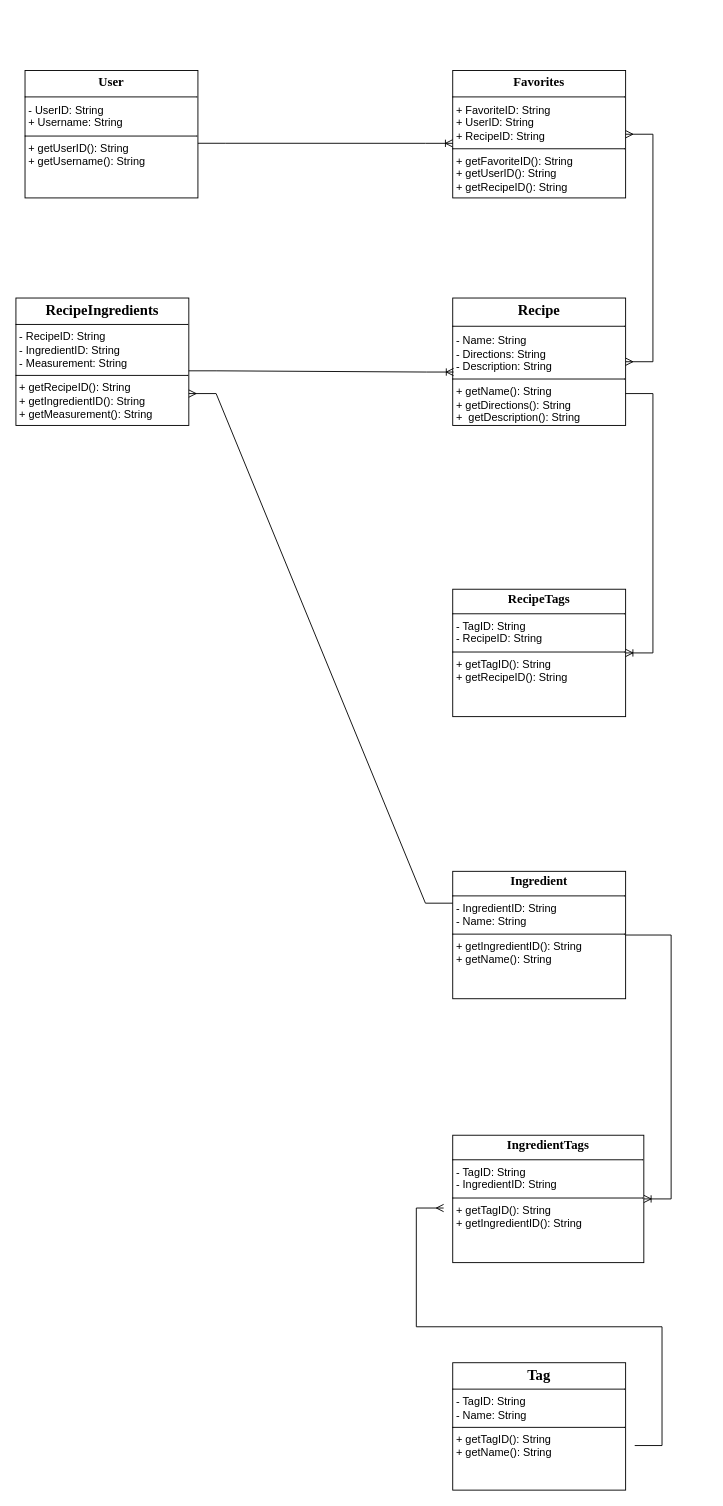
Before: Copy of Project A2.drawio in Rhimeth/COSC-612-Project, a draw.io diagram. Source tidied: cells renumbered, new cells numbered last; positions are measured from the earlier drawing's top-left corner, leaving out a move shared by most shapes. Both pictures are drawn from the tidied source at 91%, with x=0, y=0 at pixel (15, 70).
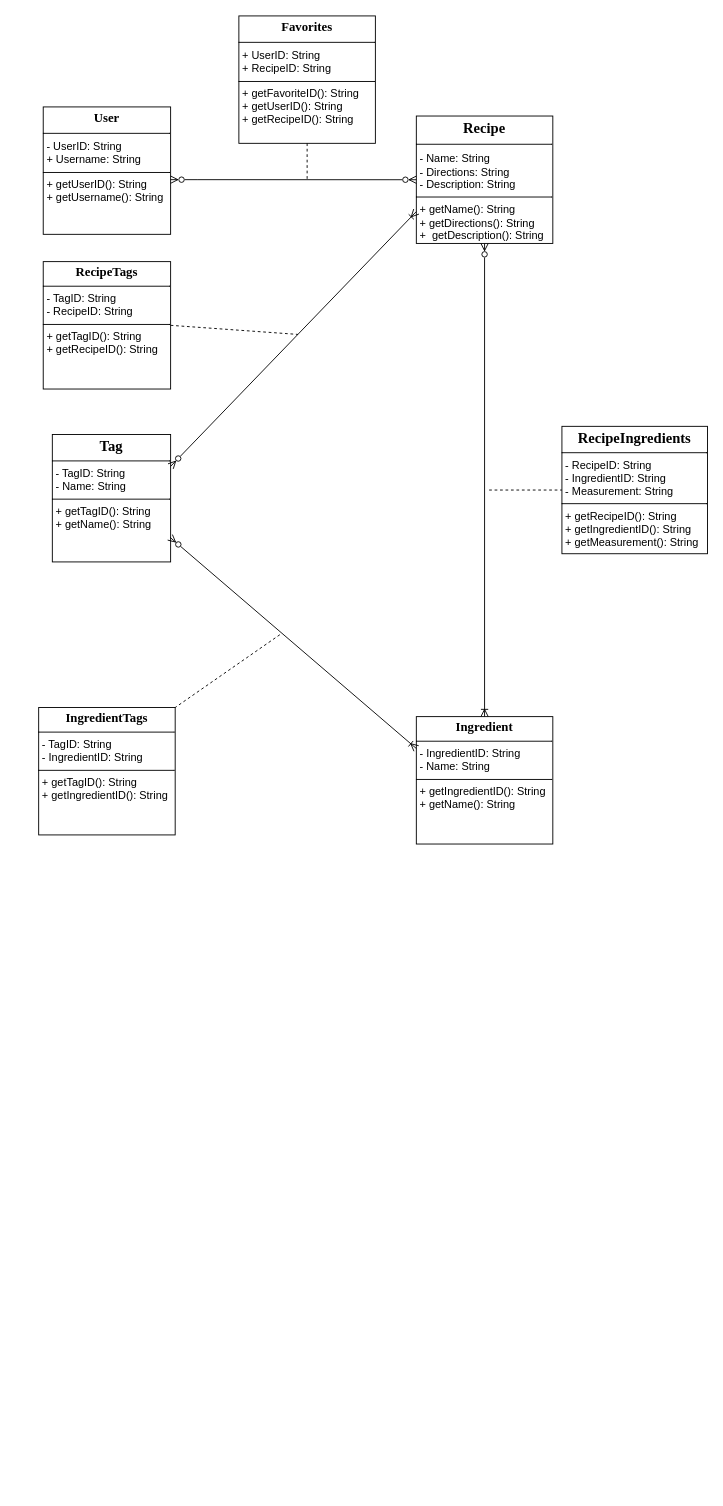
The same page after the edit.

Commit message:
Updated - still working

Diff of the diagram source:
```diff
@@
     <mxCell id="2" value="&lt;p style=&quot;margin: 4px 0px 0px; text-align: center; font-size: 14px;&quot;&gt;&lt;font style=&quot;font-size: 14px;&quot;&gt;&lt;font style=&quot;font-size: 14px;&quot; face=&quot;Times New Roman&quot;&gt;&lt;b style=&quot;&quot;&gt;User&lt;/b&gt;&lt;/font&gt;&lt;br&gt;&lt;/font&gt;&lt;/p&gt;&lt;hr size=&quot;1&quot; style=&quot;border-style: solid; font-size: 14px;&quot;&gt;&lt;p style=&quot;margin:0px;margin-left:4px;&quot;&gt;- UserID: String&lt;br&gt;+&amp;nbsp;Username: String&lt;/p&gt;&lt;hr size=&quot;1&quot; style=&quot;border-style:solid;&quot;&gt;&lt;p style=&quot;margin:0px;margin-left:4px;&quot;&gt;+ getUserID(): String&lt;br&gt;+ getUsername(): String&lt;/p&gt;" style="verticalAlign=top;align=left;overflow=fill;html=1;whiteSpace=wrap;" parent="1" vertex="1">
-      <mxGeometry x="10" width="190" height="140" as="geometry" />
+      <mxGeometry x="30" y="40" width="140" height="140" as="geometry" />
     </mxCell>
-    <mxCell id="3" value="&lt;p style=&quot;margin: 4px 0px 0px; text-align: center; font-size: 14px;&quot;&gt;&lt;font style=&quot;font-size: 14px;&quot;&gt;&lt;b style=&quot;&quot;&gt;&lt;font style=&quot;font-size: 14px;&quot; face=&quot;Times New Roman&quot;&gt;Favorites&lt;/font&gt;&lt;/b&gt;&lt;br&gt;&lt;/font&gt;&lt;/p&gt;&lt;hr size=&quot;1&quot; style=&quot;border-style: solid; font-size: 14px;&quot;&gt;&lt;p style=&quot;margin:0px;margin-left:4px;&quot;&gt;+ FavoriteID: String&amp;nbsp;&lt;/p&gt;&lt;p style=&quot;margin:0px;margin-left:4px;&quot;&gt;+ UserID: String&lt;/p&gt;&lt;p style=&quot;margin:0px;margin-left:4px;&quot;&gt;+&amp;nbsp;RecipeID: String&lt;/p&gt;&lt;hr size=&quot;1&quot; style=&quot;border-style:solid;&quot;&gt;&lt;p style=&quot;margin:0px;margin-left:4px;&quot;&gt;+ getFavoriteID(): String&lt;br&gt;+ getUserID(): String&lt;/p&gt;&lt;p style=&quot;margin:0px;margin-left:4px;&quot;&gt;+&amp;nbsp;getRecipeID(): String&lt;/p&gt;" style="verticalAlign=top;align=left;overflow=fill;html=1;whiteSpace=wrap;" parent="1" vertex="1">
-      <mxGeometry x="480" width="190" height="140" as="geometry" />
+    <mxCell id="3" value="&lt;p style=&quot;margin: 4px 0px 0px; text-align: center; font-size: 14px;&quot;&gt;&lt;font style=&quot;font-size: 14px;&quot;&gt;&lt;b style=&quot;&quot;&gt;&lt;font style=&quot;font-size: 14px;&quot; face=&quot;Times New Roman&quot;&gt;Favorites&lt;/font&gt;&lt;/b&gt;&lt;br&gt;&lt;/font&gt;&lt;/p&gt;&lt;hr size=&quot;1&quot; style=&quot;border-style: solid; font-size: 14px;&quot;&gt;&lt;p style=&quot;margin:0px;margin-left:4px;&quot;&gt;&lt;span style=&quot;background-color: initial;&quot;&gt;+ UserID: String&lt;/span&gt;&lt;br&gt;&lt;/p&gt;&lt;p style=&quot;margin:0px;margin-left:4px;&quot;&gt;+&amp;nbsp;RecipeID: String&lt;/p&gt;&lt;hr size=&quot;1&quot; style=&quot;border-style:solid;&quot;&gt;&lt;p style=&quot;margin:0px;margin-left:4px;&quot;&gt;+ getFavoriteID(): String&lt;br&gt;+ getUserID(): String&lt;/p&gt;&lt;p style=&quot;margin:0px;margin-left:4px;&quot;&gt;+&amp;nbsp;getRecipeID(): String&lt;/p&gt;" style="verticalAlign=top;align=left;overflow=fill;html=1;whiteSpace=wrap;" parent="1" vertex="1">
+      <mxGeometry x="245" y="-60" width="150" height="140" as="geometry" />
     </mxCell>
     <mxCell id="4" value="&lt;p style=&quot;margin: 4px 0px 0px; text-align: center;&quot;&gt;&lt;font face=&quot;Times New Roman&quot;&gt;&lt;span style=&quot;font-size: 16px;&quot;&gt;&lt;b&gt;Recipe&lt;/b&gt;&lt;/span&gt;&lt;/font&gt;&lt;br&gt;&lt;/p&gt;&lt;hr size=&quot;1&quot; style=&quot;border-style: solid; font-size: 16px;&quot;&gt;&lt;p style=&quot;margin:0px;margin-left:4px;&quot;&gt;- Name: String&lt;/p&gt;&lt;p style=&quot;margin:0px;margin-left:4px;&quot;&gt;- Directions: String&lt;/p&gt;&lt;p style=&quot;margin:0px;margin-left:4px;&quot;&gt;- Description: String&lt;/p&gt;&lt;hr size=&quot;1&quot; style=&quot;border-style:solid;&quot;&gt;&lt;p style=&quot;margin:0px;margin-left:4px;&quot;&gt;+ getName(): String&lt;br&gt;+ getDirections(): String&lt;/p&gt;&lt;p style=&quot;margin:0px;margin-left:4px;&quot;&gt;+&amp;nbsp;&amp;nbsp;getDescription(): String&lt;/p&gt;" style="verticalAlign=top;align=left;overflow=fill;html=1;whiteSpace=wrap;" parent="1" vertex="1">
-      <mxGeometry x="480" y="250" width="190" height="140" as="geometry" />
+      <mxGeometry x="440" y="50" width="150" height="140" as="geometry" />
     </mxCell>
     <mxCell id="5" value="&lt;p style=&quot;margin:0px;margin-top:4px;text-align:center;&quot;&gt;&lt;b&gt;&lt;font face=&quot;Times New Roman&quot; style=&quot;font-size: 16px;&quot;&gt;RecipeIngredients&lt;/font&gt;&lt;/b&gt;&lt;br&gt;&lt;/p&gt;&lt;hr size=&quot;1&quot; style=&quot;border-style:solid;&quot;&gt;&lt;p style=&quot;margin:0px;margin-left:4px;&quot;&gt;- RecipeID: String&lt;br&gt;- IngredientID: String&lt;/p&gt;&lt;p style=&quot;margin:0px;margin-left:4px;&quot;&gt;- Measurement: String&lt;/p&gt;&lt;hr size=&quot;1&quot; style=&quot;border-style:solid;&quot;&gt;&lt;p style=&quot;margin:0px;margin-left:4px;&quot;&gt;+ getRecipeID(): String&amp;nbsp;&lt;/p&gt;&lt;p style=&quot;margin:0px;margin-left:4px;&quot;&gt;+&amp;nbsp;getIngredientID(): String&lt;/p&gt;&lt;p style=&quot;margin:0px;margin-left:4px;&quot;&gt;+&amp;nbsp;getMeasurement(): String&lt;/p&gt;" style="verticalAlign=top;align=left;overflow=fill;html=1;whiteSpace=wrap;" parent="1" vertex="1">
-      <mxGeometry y="250" width="190" height="140" as="geometry" />
+      <mxGeometry x="600" y="391" width="160" height="140" as="geometry" />
     </mxCell>
     <mxCell id="6" value="&lt;p style=&quot;margin:0px;margin-top:4px;text-align:center;&quot;&gt;&lt;font face=&quot;Times New Roman&quot; style=&quot;font-size: 14px;&quot;&gt;&lt;b style=&quot;&quot;&gt;Ingredient&lt;/b&gt;&lt;/font&gt;&lt;br&gt;&lt;/p&gt;&lt;hr size=&quot;1&quot; style=&quot;border-style:solid;&quot;&gt;&lt;p style=&quot;margin:0px;margin-left:4px;&quot;&gt;- IngredientID: String&lt;/p&gt;&lt;p style=&quot;margin:0px;margin-left:4px;&quot;&gt;- Name: String&lt;/p&gt;&lt;hr size=&quot;1&quot; style=&quot;border-style:solid;&quot;&gt;&lt;p style=&quot;margin:0px;margin-left:4px;&quot;&gt;+ getIngredientID(): String&lt;/p&gt;&lt;p style=&quot;margin:0px;margin-left:4px;&quot;&gt;+ getName(): String&lt;/p&gt;" style="verticalAlign=top;align=left;overflow=fill;html=1;whiteSpace=wrap;" parent="1" vertex="1">
-      <mxGeometry x="480" y="880" width="190" height="140" as="geometry" />
+      <mxGeometry x="440" y="710" width="150" height="140" as="geometry" />
     </mxCell>
     <mxCell id="7" value="&lt;p style=&quot;margin:0px;margin-top:4px;text-align:center;&quot;&gt;&lt;font size=&quot;1&quot; style=&quot;&quot; face=&quot;Times New Roman&quot;&gt;&lt;b style=&quot;font-size: 16px;&quot;&gt;Tag&lt;/b&gt;&lt;/font&gt;&lt;/p&gt;&lt;hr size=&quot;1&quot; style=&quot;border-style:solid;&quot;&gt;&lt;p style=&quot;margin:0px;margin-left:4px;&quot;&gt;- TagID: String&lt;br&gt;- Name: String&lt;/p&gt;&lt;hr size=&quot;1&quot; style=&quot;border-style:solid;&quot;&gt;&lt;p style=&quot;margin:0px;margin-left:4px;&quot;&gt;+ getTagID(): String&lt;br&gt;+ getName(): String&lt;/p&gt;" style="verticalAlign=top;align=left;overflow=fill;html=1;whiteSpace=wrap;" parent="1" vertex="1">
-      <mxGeometry x="480" y="1420" width="190" height="140" as="geometry" />
+      <mxGeometry x="40" y="400" width="130" height="140" as="geometry" />
     </mxCell>
     <mxCell id="8" value="&lt;p style=&quot;margin:0px;margin-top:4px;text-align:center;&quot;&gt;&lt;font style=&quot;font-size: 14px;&quot; face=&quot;Times New Roman&quot;&gt;&lt;b style=&quot;&quot;&gt;RecipeTags&lt;/b&gt;&lt;/font&gt;&lt;br&gt;&lt;/p&gt;&lt;hr size=&quot;1&quot; style=&quot;border-style:solid;&quot;&gt;&lt;p style=&quot;margin:0px;margin-left:4px;&quot;&gt;- TagID: String&lt;br&gt;- RecipeID: String&lt;/p&gt;&lt;hr size=&quot;1&quot; style=&quot;border-style:solid;&quot;&gt;&lt;p style=&quot;margin:0px;margin-left:4px;&quot;&gt;+ getTagID(): String&lt;br&gt;+ getRecipeID(): String&lt;/p&gt;" style="verticalAlign=top;align=left;overflow=fill;html=1;whiteSpace=wrap;" parent="1" vertex="1">
-      <mxGeometry x="480" y="570" width="190" height="140" as="geometry" />
+      <mxGeometry x="30" y="210" width="140" height="140" as="geometry" />
     </mxCell>
     <mxCell id="9" value="&lt;p style=&quot;margin:0px;margin-top:4px;text-align:center;&quot;&gt;&lt;b style=&quot;&quot;&gt;&lt;font style=&quot;font-size: 14px;&quot; face=&quot;Times New Roman&quot;&gt;IngredientTags&lt;/font&gt;&lt;/b&gt;&lt;br&gt;&lt;/p&gt;&lt;hr size=&quot;1&quot; style=&quot;border-style:solid;&quot;&gt;&lt;p style=&quot;margin:0px;margin-left:4px;&quot;&gt;- TagID: String&lt;br&gt;- IngredientID: String&lt;/p&gt;&lt;hr size=&quot;1&quot; style=&quot;border-style:solid;&quot;&gt;&lt;p style=&quot;margin:0px;margin-left:4px;&quot;&gt;+ getTagID(): String&lt;br&gt;+ getIngredientID(): String&lt;/p&gt;" style="verticalAlign=top;align=left;overflow=fill;html=1;whiteSpace=wrap;" parent="1" vertex="1">
-      <mxGeometry x="480" y="1170" width="210" height="140" as="geometry" />
+      <mxGeometry x="25" y="700" width="150" height="140" as="geometry" />
     </mxCell>
-    <mxCell id="10" style="edgeStyle=entityRelationEdgeStyle;fontSize=12;html=1;endArrow=ERoneToMany;rounded=0;exitX=1;exitY=0.5;exitDx=0;exitDy=0;" parent="1" edge="1" source="6" target="9">
-      <mxGeometry relative="1" as="geometry" />
-    </mxCell>
-    <mxCell id="11" style="edgeStyle=entityRelationEdgeStyle;fontSize=12;html=1;endArrow=ERoneToMany;rounded=0;exitX=1;exitY=0.571;exitDx=0;exitDy=0;exitPerimeter=0;" parent="1" edge="1" source="2">
+    <mxCell id="11" style="edgeStyle=entityRelationEdgeStyle;fontSize=12;html=1;endArrow=ERzeroToMany;rounded=0;exitX=1;exitY=0.571;exitDx=0;exitDy=0;exitPerimeter=0;entryX=0;entryY=0.5;entryDx=0;entryDy=0;startArrow=ERzeroToMany;startFill=0;endFill=0;" parent="1" edge="1" source="2" target="4">
       <mxGeometry relative="1" as="geometry">
-        <mxPoint x="480" y="80" as="targetPoint" />
+        <Array as="points">
+          <mxPoint x="420" y="120" />
+        </Array>
       </mxGeometry>
     </mxCell>
-    <mxCell id="12" style="edgeStyle=entityRelationEdgeStyle;fontSize=12;html=1;endArrow=ERmany;startArrow=ERmany;rounded=0;exitX=1;exitY=0.5;exitDx=0;exitDy=0;" parent="1" edge="1" source="3" target="4">
-      <mxGeometry relative="1" as="geometry" />
-    </mxCell>
-    <mxCell id="13" style="edgeStyle=entityRelationEdgeStyle;fontSize=12;html=1;endArrow=ERoneToMany;rounded=0;exitX=1;exitY=0.571;exitDx=0;exitDy=0;exitPerimeter=0;entryX=0.005;entryY=0.581;entryDx=0;entryDy=0;entryPerimeter=0;" parent="1" edge="1" target="4">
-      <mxGeometry relative="1" as="geometry">
-        <mxPoint x="190" y="330" as="sourcePoint" />
-      </mxGeometry>
-    </mxCell>
-    <mxCell id="14" style="edgeStyle=entityRelationEdgeStyle;fontSize=12;html=1;endArrow=ERoneToMany;rounded=0;exitX=1;exitY=0.75;exitDx=0;exitDy=0;" parent="1" edge="1" source="4" target="8">
-      <mxGeometry relative="1" as="geometry" />
-    </mxCell>
-    <mxCell id="15" style="edgeStyle=entityRelationEdgeStyle;fontSize=12;html=1;endArrow=ERmany;rounded=0;exitX=0;exitY=0.25;exitDx=0;exitDy=0;entryX=1;entryY=0.75;entryDx=0;entryDy=0;" parent="1" edge="1" source="6" target="5">
-      <mxGeometry relative="1" as="geometry" />
-    </mxCell>
-    <mxCell id="16" style="edgeStyle=entityRelationEdgeStyle;fontSize=12;html=1;endArrow=ERmany;rounded=0;" parent="1" edge="1">
-      <mxGeometry relative="1" as="geometry">
-        <mxPoint x="680" y="1511" as="sourcePoint" />
-        <mxPoint x="470" y="1250" as="targetPoint" />
-        <Array as="points">
-          <mxPoint x="650" y="1330" />
-        </Array>
-      </mxGeometry>
-    </mxCell>
+    <mxCell id="17" style="endArrow=ERoneToMany;startArrow=ERzeroToMany;html=1;rounded=0;exitX=1;exitY=0.25;exitDx=0;exitDy=0;entryX=0;entryY=0.75;entryDx=0;entryDy=0;startFill=0;endFill=0;" parent="1" edge="1" source="7" target="4">
+      <mxGeometry relative="1" as="geometry" />
+    </mxCell>
+    <mxCell id="18" style="endArrow=none;html=1;rounded=0;exitX=1;exitY=0.5;exitDx=0;exitDy=0;dashed=1;" parent="1" edge="1" source="8">
+      <mxGeometry relative="1" as="geometry">
+        <mxPoint x="310" y="290" as="targetPoint" />
+      </mxGeometry>
+    </mxCell>
+    <mxCell id="19" style="endArrow=ERoneToMany;startArrow=ERzeroToMany;html=1;rounded=0;exitX=0.995;exitY=0.807;exitDx=0;exitDy=0;entryX=0;entryY=0.25;entryDx=0;entryDy=0;startFill=0;endFill=0;exitPerimeter=0;" parent="1" edge="1" source="7" target="6">
+      <mxGeometry relative="1" as="geometry" />
+    </mxCell>
+    <mxCell id="20" style="endArrow=none;html=1;rounded=0;entryX=1;entryY=0;entryDx=0;entryDy=0;dashed=1;" parent="1" edge="1" target="9">
+      <mxGeometry relative="1" as="geometry">
+        <mxPoint x="290" y="620" as="sourcePoint" />
+      </mxGeometry>
+    </mxCell>
+    <mxCell id="21" style="endArrow=ERzeroToMany;startArrow=ERoneToMany;html=1;rounded=0;exitX=0.5;exitY=0;exitDx=0;exitDy=0;startFill=0;endFill=0;entryX=0.5;entryY=1;entryDx=0;entryDy=0;" parent="1" edge="1" source="6" target="4">
+      <mxGeometry relative="1" as="geometry" />
+    </mxCell>
+    <mxCell id="22" style="endArrow=none;html=1;rounded=0;entryX=0;entryY=0.5;entryDx=0;entryDy=0;dashed=1;" parent="1" edge="1" target="5">
+      <mxGeometry relative="1" as="geometry">
+        <mxPoint x="520" y="461" as="sourcePoint" />
+      </mxGeometry>
+    </mxCell>
+    <mxCell id="23" style="endArrow=none;html=1;rounded=0;exitX=0.5;exitY=1;exitDx=0;exitDy=0;dashed=1;" parent="1" edge="1" source="3">
+      <mxGeometry relative="1" as="geometry">
+        <mxPoint x="320" y="120" as="targetPoint" />
+      </mxGeometry>
+    </mxCell>
```
